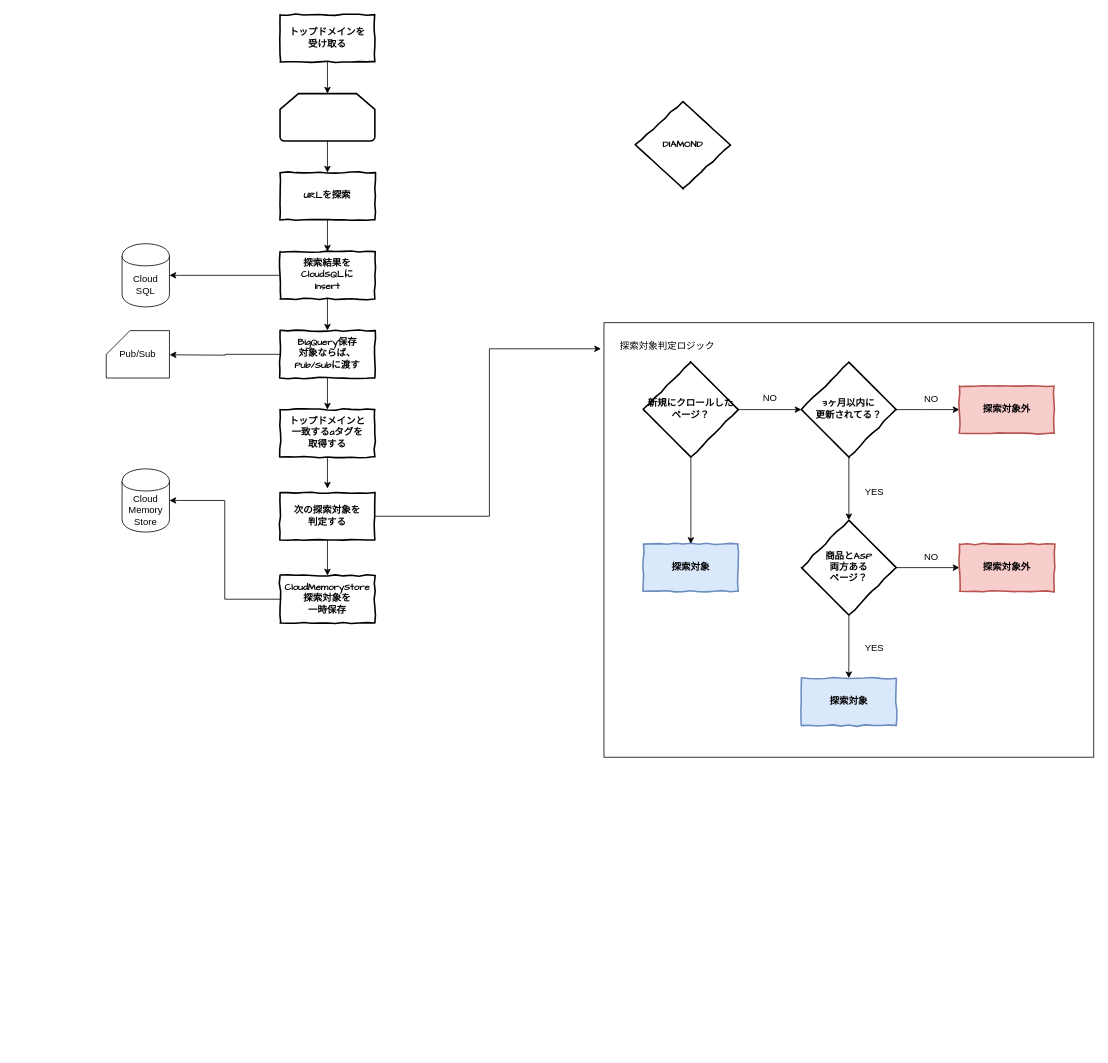
Above: クローラーロジック.drawio in mikenekoko/drow.io (draw.io), before the change. Source tidied: cells renumbered, new cells numbered last; positions are measured from the earlier drawing's top-left corner, leaving out a move shared by most shapes. Both pictures are drawn from the tidied source at 79%, with x=0, y=0 at pixel (106, 14).
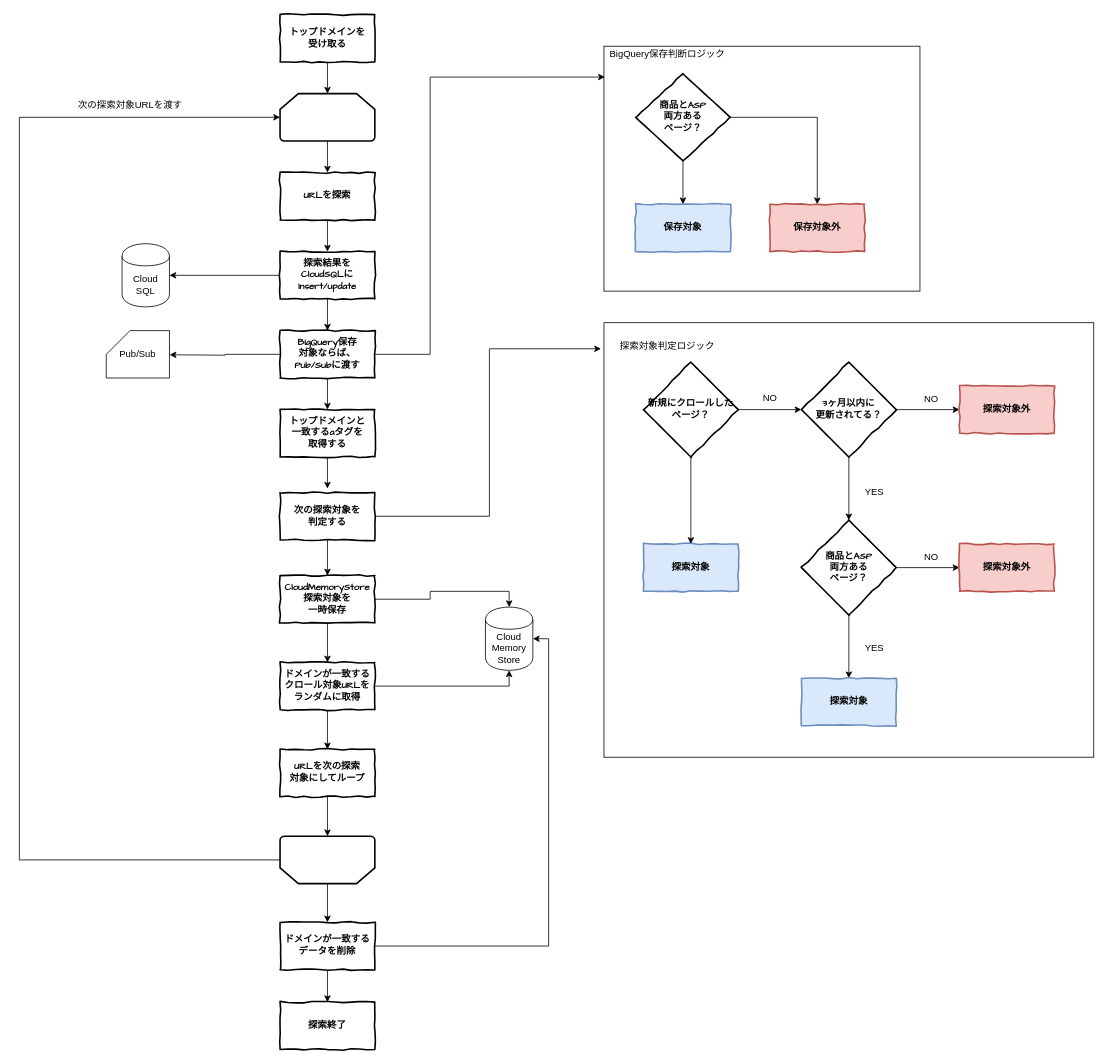
The same diagram, later.

Commit message:
Update クローラーロジック.drawio

The change refers to these unchanged cells:
```xml
<mxCell id="9" value="BigQuery保存&lt;br&gt;対象ならば、&lt;br&gt;Pub/Subに渡す" style="html=1;whiteSpace=wrap;comic=1;strokeWidth=2;fontFamily=Comic Sans MS;fontStyle=1;" parent="1" vertex="1">
  <mxGeometry x="220" y="400" width="120" height="60" as="geometry" />
</mxCell>
<mxCell id="13" style="strokeWidth=2;html=1;shape=mxgraph.flowchart.loop_limit;whiteSpace=wrap;" parent="1" vertex="1">
  <mxGeometry x="220" y="100" width="120" height="60" as="geometry" />
</mxCell>
<mxCell id="20" value="CloudMemoryStore&lt;br&gt;探索対象を&lt;br&gt;一時保存" style="html=1;whiteSpace=wrap;comic=1;strokeWidth=2;fontFamily=Comic Sans MS;fontStyle=1;" parent="1" vertex="1">
  <mxGeometry x="220" y="710" width="120" height="60" as="geometry" />
</mxCell>
```

The edit, as a diff of the source:
```diff
@@
+    <mxCell id="46" style="rounded=0;whiteSpace=wrap;html=1;" parent="1" vertex="1">
+      <mxGeometry x="630" y="40" width="400" height="310" as="geometry" />
+    </mxCell>
@@
-    <mxCell id="6" value="探索結果を&lt;br&gt;CloudSQLに&lt;br&gt;insert" style="html=1;whiteSpace=wrap;comic=1;strokeWidth=2;fontFamily=Comic Sans MS;fontStyle=1;" parent="1" vertex="1">
+    <mxCell id="6" value="探索結果を&lt;br&gt;CloudSQLに&lt;br&gt;insert/update" style="html=1;whiteSpace=wrap;comic=1;strokeWidth=2;fontFamily=Comic Sans MS;fontStyle=1;" parent="1" vertex="1">
       <mxGeometry x="220" y="300" width="120" height="60" as="geometry" />
     </mxCell>
@@
+    <mxCell id="47" style="edgeStyle=orthogonalEdgeStyle;rounded=0;jettySize=auto;html=1;entryX=0.003;entryY=0.126;entryDx=0;entryDy=0;entryPerimeter=0;" parent="1" edge="1" source="9" target="46">
+      <mxGeometry relative="1" as="geometry">
+        <Array as="points">
+          <mxPoint x="410" y="430" />
+          <mxPoint x="410" y="79" />
+        </Array>
+      </mxGeometry>
+    </mxCell>
@@
+    <mxCell id="48" style="edgeStyle=orthogonalEdgeStyle;rounded=0;jettySize=auto;html=1;" parent="1" edge="1" source="20" target="51">
+      <mxGeometry relative="1" as="geometry" />
+    </mxCell>
-    <mxCell id="19" style="edgeStyle=orthogonalEdgeStyle;rounded=0;jettySize=auto;html=1;entryX=1;entryY=0.5;entryDx=0;entryDy=0;" parent="1" edge="1" source="20" target="21">
+    <mxCell id="19" style="edgeStyle=orthogonalEdgeStyle;rounded=0;jettySize=auto;html=1;entryX=0.5;entryY=0;entryDx=0;entryDy=0;" parent="1" edge="1" source="20" target="21">
       <mxGeometry relative="1" as="geometry" />
     </mxCell>
@@
+    <mxCell id="49" style="edgeStyle=orthogonalEdgeStyle;rounded=0;jettySize=auto;html=1;entryX=0.5;entryY=1;entryDx=0;entryDy=0;" parent="1" edge="1" source="51" target="21">
+      <mxGeometry relative="1" as="geometry" />
+    </mxCell>
+    <mxCell id="50" style="edgeStyle=orthogonalEdgeStyle;rounded=0;jettySize=auto;html=1;" parent="1" edge="1" source="51" target="53">
+      <mxGeometry relative="1" as="geometry" />
+    </mxCell>
+    <mxCell id="51" value="ドメインが一致する&lt;br&gt;クロール対象URLを&lt;br&gt;ランダムに取得" style="html=1;whiteSpace=wrap;comic=1;strokeWidth=2;fontFamily=Comic Sans MS;fontStyle=1;" parent="1" vertex="1">
+      <mxGeometry x="220" y="820" width="120" height="60" as="geometry" />
+    </mxCell>
+    <mxCell id="52" style="edgeStyle=orthogonalEdgeStyle;rounded=0;jettySize=auto;html=1;entryX=0.5;entryY=1;entryDx=0;entryDy=0;entryPerimeter=0;" parent="1" edge="1" source="53" target="61">
+      <mxGeometry relative="1" as="geometry" />
+    </mxCell>
+    <mxCell id="53" value="URLを次の探索&lt;br&gt;対象にしてループ" style="html=1;whiteSpace=wrap;comic=1;strokeWidth=2;fontFamily=Comic Sans MS;fontStyle=1;" parent="1" vertex="1">
+      <mxGeometry x="220" y="930" width="120" height="60" as="geometry" />
+    </mxCell>
     <mxCell id="21" value="Cloud&lt;br&gt;Memory&lt;br&gt;Store" style="shape=cylinder;whiteSpace=wrap;html=1;boundedLbl=1;backgroundOutline=1;" parent="1" vertex="1">
-      <mxGeometry x="20" y="575" width="60" height="80" as="geometry" />
+      <mxGeometry x="480" y="750" width="60" height="80" as="geometry" />
     </mxCell>
@@
+    <mxCell id="54" style="edgeStyle=orthogonalEdgeStyle;rounded=0;jettySize=auto;html=1;entryX=0.5;entryY=0;entryDx=0;entryDy=0;" parent="1" edge="1" source="45" target="56">
+      <mxGeometry relative="1" as="geometry" />
+    </mxCell>
+    <mxCell id="55" style="edgeStyle=orthogonalEdgeStyle;rounded=0;jettySize=auto;html=1;" parent="1" edge="1" source="45" target="57">
+      <mxGeometry relative="1" as="geometry" />
+    </mxCell>
-    <mxCell id="45" value="DIAMOND" style="rhombus;html=1;align=center;whiteSpace=wrap;comic=1;strokeWidth=2;fontFamily=Comic Sans MS;fontStyle=1;" parent="1" vertex="1">
-      <mxGeometry x="670" y="110" width="120" height="110" as="geometry" />
+    <mxCell id="45" value="商品とASP&lt;br&gt;両方ある&lt;br&gt;ページ？" style="rhombus;html=1;align=center;whiteSpace=wrap;comic=1;strokeWidth=2;fontFamily=Comic Sans MS;fontStyle=1;" parent="1" vertex="1">
+      <mxGeometry x="670" y="75" width="120" height="110" as="geometry" />
     </mxCell>
+    <mxCell id="56" value="保存対象" style="html=1;whiteSpace=wrap;comic=1;strokeWidth=2;fontFamily=Comic Sans MS;fontStyle=1;fillColor=#dae8fc;strokeColor=#6c8ebf;" parent="1" vertex="1">
+      <mxGeometry x="670" y="240" width="120" height="60" as="geometry" />
+    </mxCell>
+    <mxCell id="57" value="保存対象外" style="html=1;whiteSpace=wrap;comic=1;strokeWidth=2;fontFamily=Comic Sans MS;fontStyle=1;fillColor=#f8cecc;strokeColor=#b85450;" parent="1" vertex="1">
+      <mxGeometry x="840" y="240" width="120" height="60" as="geometry" />
+    </mxCell>
+    <mxCell id="58" value="BigQuery保存判断ロジック" style="text;html=1;align=center;verticalAlign=middle;" parent="1" vertex="1">
+      <mxGeometry x="630" y="40" width="160" height="20" as="geometry" />
+    </mxCell>
+    <mxCell id="59" style="edgeStyle=orthogonalEdgeStyle;rounded=0;jettySize=auto;html=1;entryX=0;entryY=0.5;entryDx=0;entryDy=0;entryPerimeter=0;" parent="1" edge="1" source="61" target="13">
+      <mxGeometry relative="1" as="geometry">
+        <Array as="points">
+          <mxPoint x="-110" y="1070" />
+          <mxPoint x="-110" y="130" />
+        </Array>
+      </mxGeometry>
+    </mxCell>
+    <mxCell id="60" style="edgeStyle=orthogonalEdgeStyle;rounded=0;jettySize=auto;html=1;" parent="1" edge="1" source="61" target="65">
+      <mxGeometry relative="1" as="geometry" />
+    </mxCell>
+    <mxCell id="61" style="strokeWidth=2;html=1;shape=mxgraph.flowchart.loop_limit;whiteSpace=wrap;rotation=-180;" parent="1" vertex="1">
+      <mxGeometry x="220" y="1040" width="120" height="60" as="geometry" />
+    </mxCell>
+    <mxCell id="62" value="次の探索対象URLを渡す" style="text;html=1;align=center;verticalAlign=middle;" parent="1" vertex="1">
+      <mxGeometry x="-45" y="105" width="150" height="20" as="geometry" />
+    </mxCell>
+    <mxCell id="63" style="edgeStyle=orthogonalEdgeStyle;rounded=0;jettySize=auto;html=1;entryX=1;entryY=0.5;entryDx=0;entryDy=0;" parent="1" edge="1" source="65" target="21">
+      <mxGeometry relative="1" as="geometry" />
+    </mxCell>
+    <mxCell id="64" style="edgeStyle=orthogonalEdgeStyle;rounded=0;jettySize=auto;html=1;" parent="1" edge="1" source="65" target="66">
+      <mxGeometry relative="1" as="geometry" />
+    </mxCell>
+    <mxCell id="65" value="ドメインが一致する&lt;br&gt;データを削除" style="html=1;whiteSpace=wrap;comic=1;strokeWidth=2;fontFamily=Comic Sans MS;fontStyle=1;" parent="1" vertex="1">
+      <mxGeometry x="220" y="1149" width="120" height="60" as="geometry" />
+    </mxCell>
+    <mxCell id="66" value="探索終了" style="html=1;whiteSpace=wrap;comic=1;strokeWidth=2;fontFamily=Comic Sans MS;fontStyle=1;" parent="1" vertex="1">
+      <mxGeometry x="220" y="1250" width="120" height="60" as="geometry" />
+    </mxCell>
```
